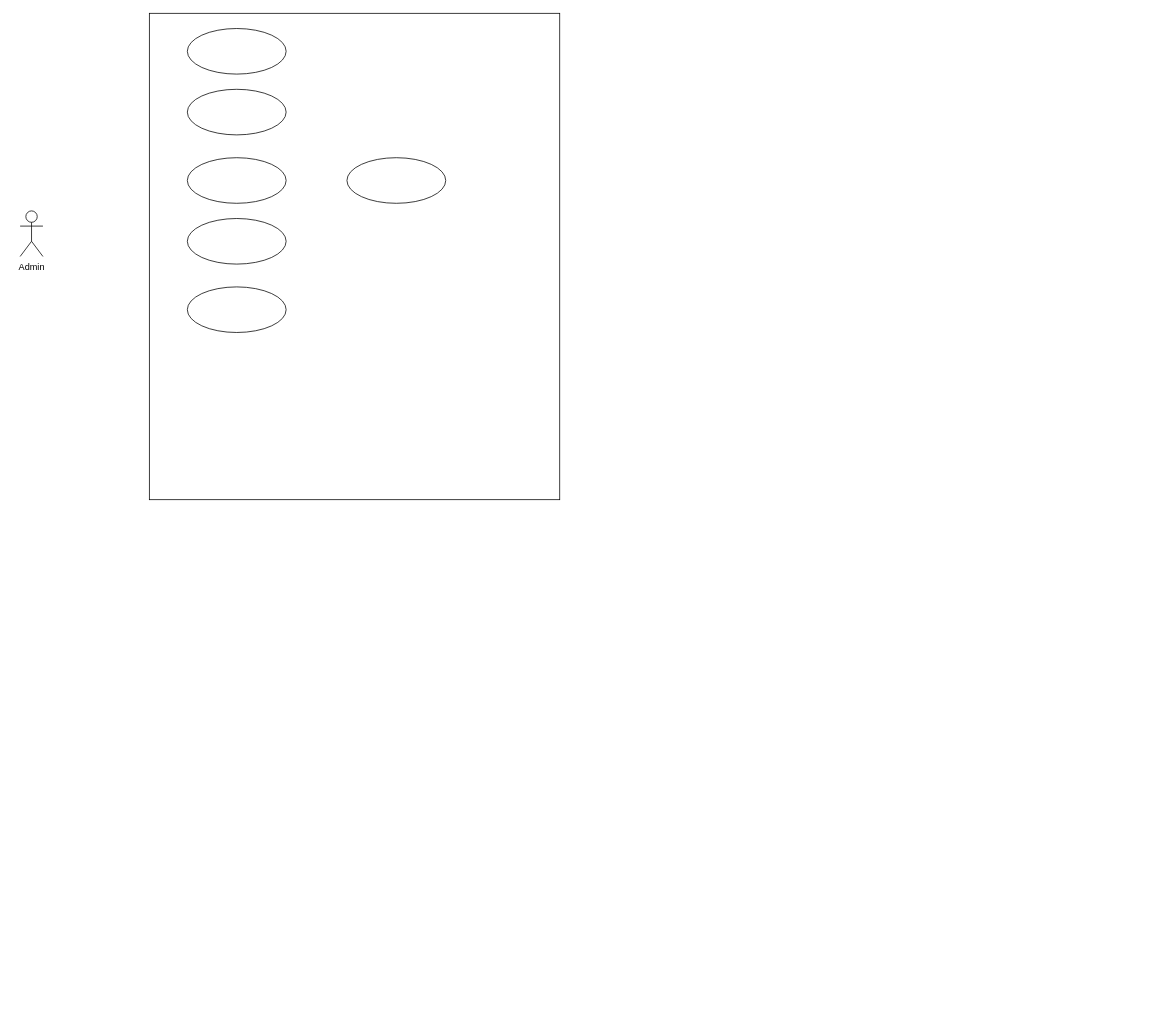
This is WEBAPPS.drawio from WWeWenBininn/WWeWenBininn, a draw.io file, before an edit. Source tidied: cells renumbered, new cells numbered last; positions are measured from the earlier drawing's top-left corner, leaving out a move shared by most shapes. Both pictures are drawn from the tidied source at 76%, with x=0, y=0 at pixel (20, 13).
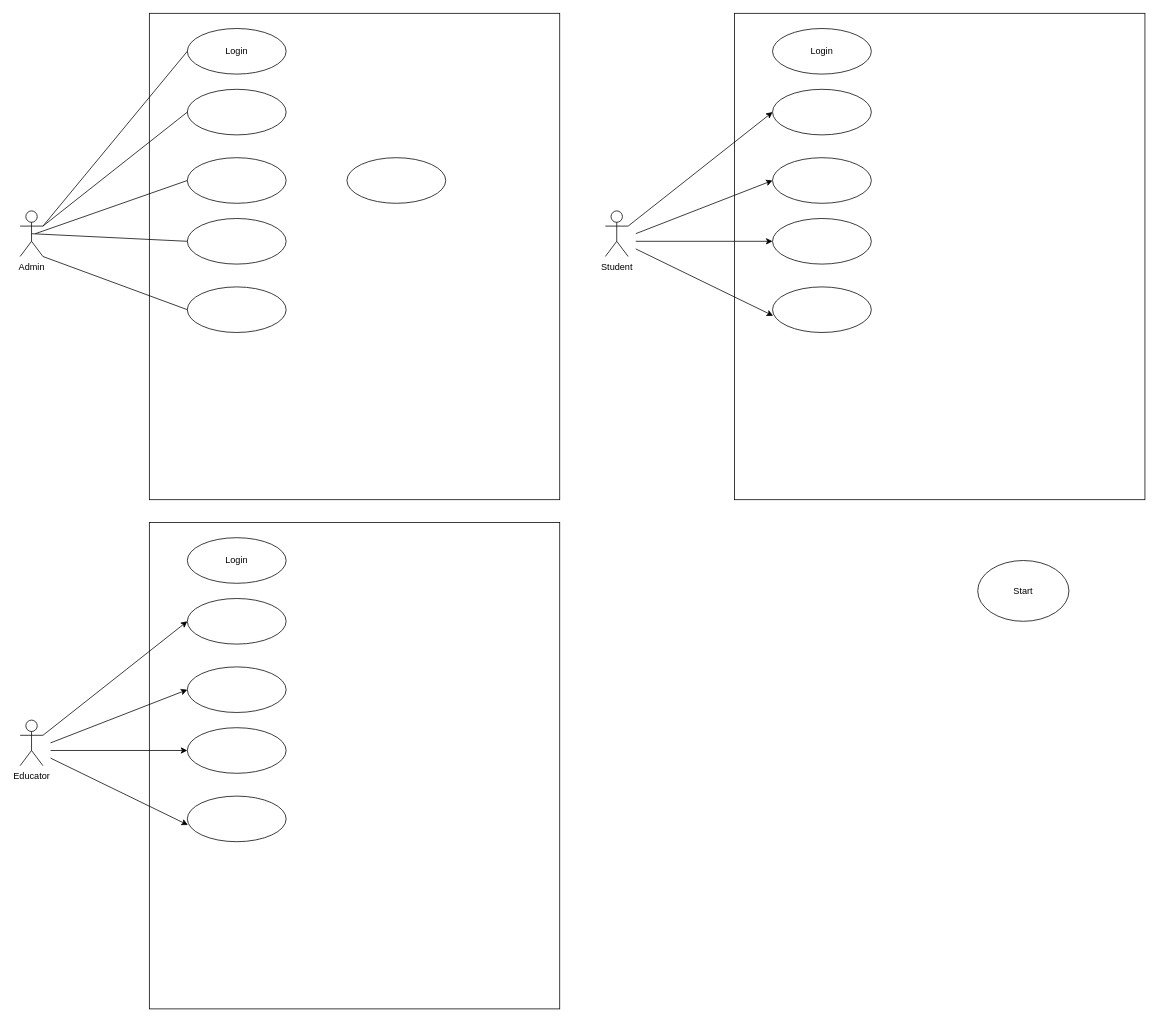
The same diagram, later.

The change refers to these unchanged cells:
```xml
<mxCell id="3" value="Admin&lt;div&gt;&lt;br&gt;&lt;/div&gt;" style="shape=umlActor;verticalLabelPosition=bottom;verticalAlign=top;html=1;outlineConnect=0;" parent="1" vertex="1">
  <mxGeometry y="260" width="30" height="60" as="geometry" />
</mxCell>
<mxCell id="5" style="ellipse;whiteSpace=wrap;html=1;" parent="1" vertex="1">
  <mxGeometry x="220" y="100" width="130" height="60" as="geometry" />
</mxCell>
<mxCell id="6" style="ellipse;whiteSpace=wrap;html=1;" parent="1" vertex="1">
  <mxGeometry x="220" y="190" width="130" height="60" as="geometry" />
</mxCell>
<mxCell id="7" style="ellipse;whiteSpace=wrap;html=1;" parent="1" vertex="1">
  <mxGeometry x="220" y="270" width="130" height="60" as="geometry" />
</mxCell>
<mxCell id="8" style="ellipse;whiteSpace=wrap;html=1;" parent="1" vertex="1">
  <mxGeometry x="220" y="360" width="130" height="60" as="geometry" />
</mxCell>
```

What changed in the source:
```diff
@@
-    <mxCell id="4" style="ellipse;whiteSpace=wrap;html=1;" parent="1" vertex="1">
+    <mxCell id="4" value="Login" style="ellipse;whiteSpace=wrap;html=1;" parent="1" vertex="1">
       <mxGeometry x="220" y="20" width="130" height="60" as="geometry" />
     </mxCell>
@@
+    <mxCell id="10" style="endArrow=none;html=1;rounded=0;exitX=1;exitY=0.3333333333333333;exitDx=0;exitDy=0;exitPerimeter=0;entryX=0;entryY=0.5;entryDx=0;entryDy=0;" parent="1" edge="1" source="3" target="4">
+      <mxGeometry relative="1" as="geometry" />
+    </mxCell>
+    <mxCell id="11" style="endArrow=none;html=1;rounded=0;entryX=0;entryY=0.5;entryDx=0;entryDy=0;" parent="1" edge="1" target="5">
+      <mxGeometry relative="1" as="geometry">
+        <mxPoint x="30" y="280" as="sourcePoint" />
+      </mxGeometry>
+    </mxCell>
+    <mxCell id="12" style="endArrow=none;html=1;rounded=0;entryX=0;entryY=0.5;entryDx=0;entryDy=0;" parent="1" edge="1" target="6">
+      <mxGeometry relative="1" as="geometry">
+        <mxPoint x="20" y="290" as="sourcePoint" />
+      </mxGeometry>
+    </mxCell>
+    <mxCell id="13" style="endArrow=none;html=1;rounded=0;exitX=0.5;exitY=0.5;exitDx=0;exitDy=0;exitPerimeter=0;entryX=0;entryY=0.5;entryDx=0;entryDy=0;" parent="1" edge="1" source="3" target="7">
+      <mxGeometry relative="1" as="geometry" />
+    </mxCell>
+    <mxCell id="14" style="endArrow=none;html=1;rounded=0;exitX=1;exitY=1;exitDx=0;exitDy=0;exitPerimeter=0;entryX=0;entryY=0.5;entryDx=0;entryDy=0;" parent="1" edge="1" source="3" target="8">
+      <mxGeometry relative="1" as="geometry" />
+    </mxCell>
+    <mxCell id="15" style="rounded=0;whiteSpace=wrap;html=1;" parent="1" vertex="1">
+      <mxGeometry x="940" width="540" height="640" as="geometry" />
+    </mxCell>
+    <mxCell id="16" style="rounded=0;jettySize=auto;html=1;exitX=1;exitY=0.3333333333333333;exitDx=0;exitDy=0;exitPerimeter=0;entryX=0;entryY=0.5;entryDx=0;entryDy=0;" parent="1" edge="1" source="17" target="19">
+      <mxGeometry relative="1" as="geometry" />
+    </mxCell>
+    <mxCell id="17" value="&lt;div&gt;Student&lt;/div&gt;&lt;div&gt;&lt;br&gt;&lt;/div&gt;" style="shape=umlActor;verticalLabelPosition=bottom;verticalAlign=top;html=1;outlineConnect=0;" parent="1" vertex="1">
+      <mxGeometry x="770" y="260" width="30" height="60" as="geometry" />
+    </mxCell>
+    <mxCell id="18" value="Login" style="ellipse;whiteSpace=wrap;html=1;" parent="1" vertex="1">
+      <mxGeometry x="990" y="20" width="130" height="60" as="geometry" />
+    </mxCell>
+    <mxCell id="19" style="ellipse;whiteSpace=wrap;html=1;" parent="1" vertex="1">
+      <mxGeometry x="990" y="100" width="130" height="60" as="geometry" />
+    </mxCell>
+    <mxCell id="20" style="ellipse;whiteSpace=wrap;html=1;" parent="1" vertex="1">
+      <mxGeometry x="990" y="190" width="130" height="60" as="geometry" />
+    </mxCell>
+    <mxCell id="21" style="ellipse;whiteSpace=wrap;html=1;" parent="1" vertex="1">
+      <mxGeometry x="990" y="270" width="130" height="60" as="geometry" />
+    </mxCell>
+    <mxCell id="22" style="ellipse;whiteSpace=wrap;html=1;" parent="1" vertex="1">
+      <mxGeometry x="990" y="360" width="130" height="60" as="geometry" />
+    </mxCell>
+    <mxCell id="23" style="rounded=0;jettySize=auto;html=1;exitX=1;exitY=0.3333333333333333;exitDx=0;exitDy=0;exitPerimeter=0;entryX=0;entryY=0.5;entryDx=0;entryDy=0;" parent="1" edge="1" target="20">
+      <mxGeometry relative="1" as="geometry">
+        <mxPoint x="810" y="290" as="sourcePoint" />
+      </mxGeometry>
+    </mxCell>
+    <mxCell id="24" style="rounded=0;jettySize=auto;html=1;entryX=0;entryY=0.5;entryDx=0;entryDy=0;" parent="1" edge="1" target="21">
+      <mxGeometry relative="1" as="geometry">
+        <mxPoint x="810" y="300" as="sourcePoint" />
+      </mxGeometry>
+    </mxCell>
+    <mxCell id="25" style="rounded=0;jettySize=auto;html=1;entryX=0.006;entryY=0.633;entryDx=0;entryDy=0;entryPerimeter=0;" parent="1" edge="1" target="22">
+      <mxGeometry relative="1" as="geometry">
+        <mxPoint x="810" y="310" as="sourcePoint" />
+      </mxGeometry>
+    </mxCell>
+    <mxCell id="26" style="rounded=0;whiteSpace=wrap;html=1;" parent="1" vertex="1">
+      <mxGeometry x="170" y="670" width="540" height="640" as="geometry" />
+    </mxCell>
+    <mxCell id="27" style="rounded=0;jettySize=auto;html=1;exitX=1;exitY=0.3333333333333333;exitDx=0;exitDy=0;exitPerimeter=0;entryX=0;entryY=0.5;entryDx=0;entryDy=0;" parent="1" edge="1" source="28" target="30">
+      <mxGeometry relative="1" as="geometry" />
+    </mxCell>
+    <mxCell id="28" value="&lt;div&gt;Educator&lt;/div&gt;" style="shape=umlActor;verticalLabelPosition=bottom;verticalAlign=top;html=1;outlineConnect=0;" parent="1" vertex="1">
+      <mxGeometry y="930" width="30" height="60" as="geometry" />
+    </mxCell>
+    <mxCell id="29" value="Login" style="ellipse;whiteSpace=wrap;html=1;" parent="1" vertex="1">
+      <mxGeometry x="220" y="690" width="130" height="60" as="geometry" />
+    </mxCell>
+    <mxCell id="30" style="ellipse;whiteSpace=wrap;html=1;" parent="1" vertex="1">
+      <mxGeometry x="220" y="770" width="130" height="60" as="geometry" />
+    </mxCell>
+    <mxCell id="31" style="ellipse;whiteSpace=wrap;html=1;" parent="1" vertex="1">
+      <mxGeometry x="220" y="860" width="130" height="60" as="geometry" />
+    </mxCell>
+    <mxCell id="32" style="ellipse;whiteSpace=wrap;html=1;" parent="1" vertex="1">
+      <mxGeometry x="220" y="940" width="130" height="60" as="geometry" />
+    </mxCell>
+    <mxCell id="33" style="ellipse;whiteSpace=wrap;html=1;" parent="1" vertex="1">
+      <mxGeometry x="220" y="1030" width="130" height="60" as="geometry" />
+    </mxCell>
+    <mxCell id="34" style="rounded=0;jettySize=auto;html=1;exitX=1;exitY=0.3333333333333333;exitDx=0;exitDy=0;exitPerimeter=0;entryX=0;entryY=0.5;entryDx=0;entryDy=0;" parent="1" edge="1" target="31">
+      <mxGeometry relative="1" as="geometry">
+        <mxPoint x="40" y="960" as="sourcePoint" />
+      </mxGeometry>
+    </mxCell>
+    <mxCell id="35" style="rounded=0;jettySize=auto;html=1;entryX=0;entryY=0.5;entryDx=0;entryDy=0;" parent="1" edge="1" target="32">
+      <mxGeometry relative="1" as="geometry">
+        <mxPoint x="40" y="970" as="sourcePoint" />
+      </mxGeometry>
+    </mxCell>
+    <mxCell id="36" style="rounded=0;jettySize=auto;html=1;entryX=0.006;entryY=0.633;entryDx=0;entryDy=0;entryPerimeter=0;" parent="1" edge="1" target="33">
+      <mxGeometry relative="1" as="geometry">
+        <mxPoint x="40" y="980" as="sourcePoint" />
+      </mxGeometry>
+    </mxCell>
+    <mxCell id="37" value="Start" style="ellipse;whiteSpace=wrap;html=1;" parent="1" vertex="1">
+      <mxGeometry x="1260" y="720" width="120" height="80" as="geometry" />
+    </mxCell>
```
